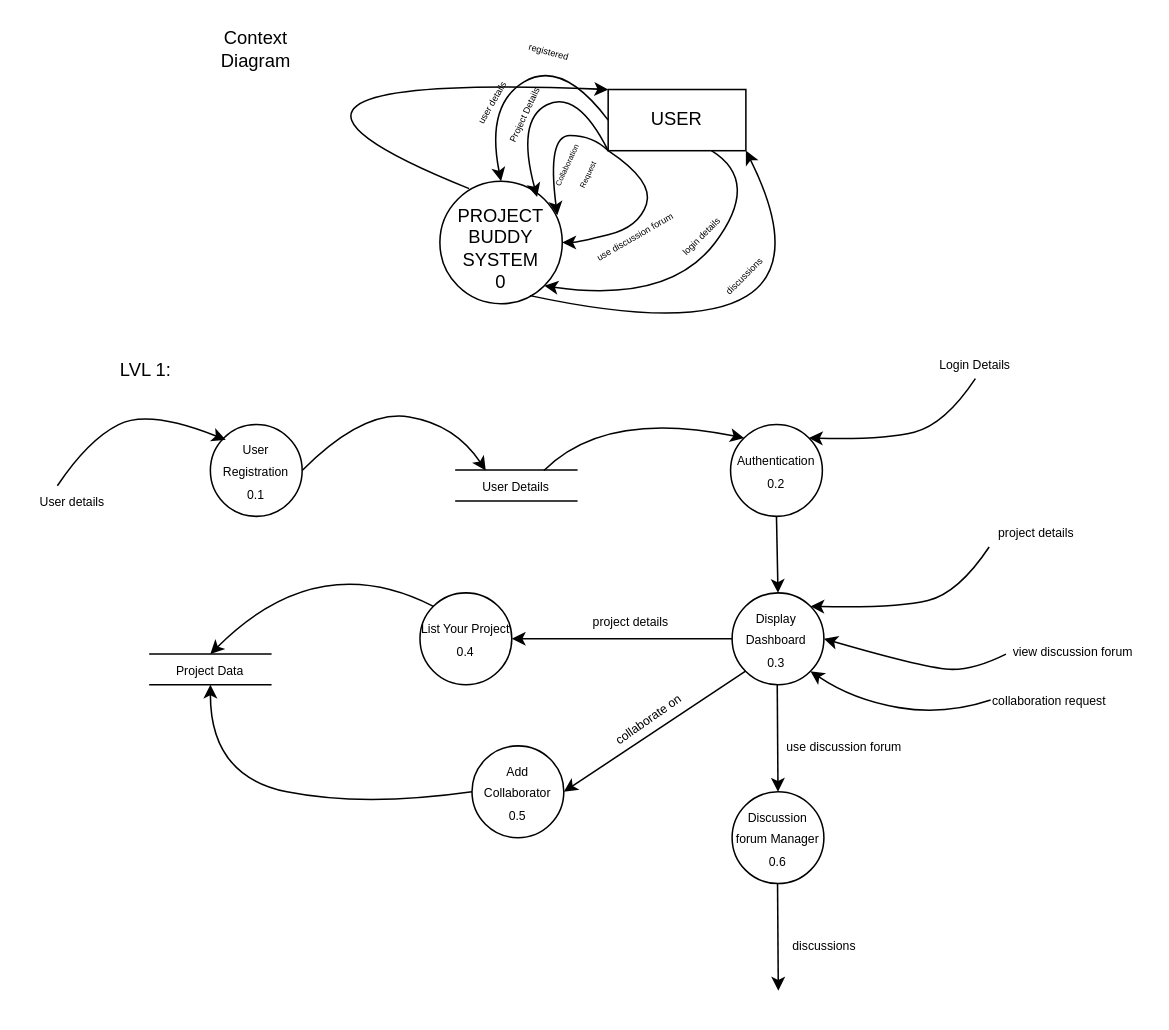
Before: Untitled Diagram.drawio in Samrat1507/ProjectBuddy, a draw.io diagram. Source tidied: cells renumbered, new cells numbered last; positions are measured from the earlier drawing's top-left corner, leaving out a move shared by most shapes. Both pictures are drawn from the tidied source at 153%, with x=0, y=0 at pixel (26, 26).
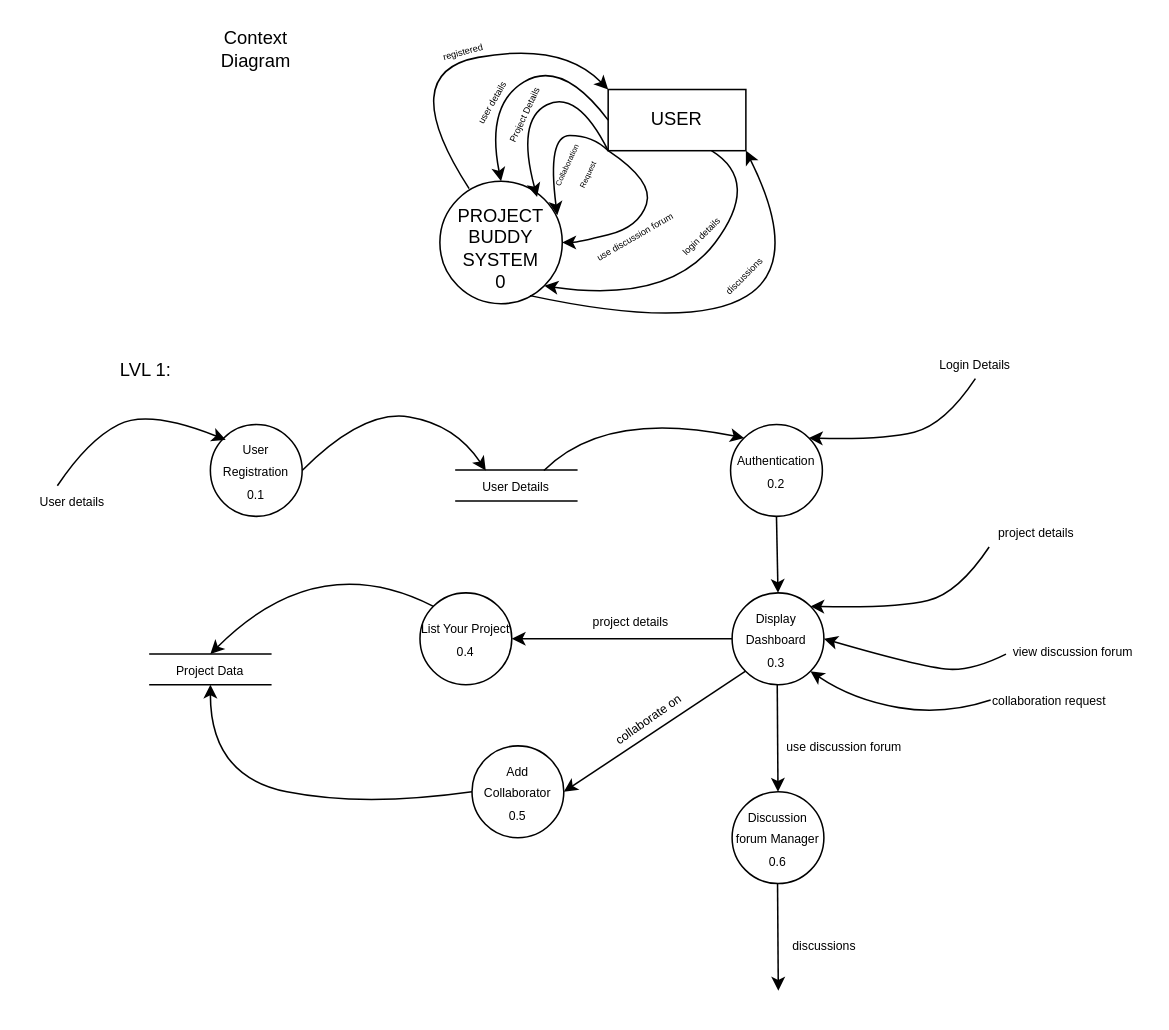
The same diagram, later.

The change refers to these unchanged cells:
```xml
<mxCell id="2" style="ellipse;whiteSpace=wrap;html=1;" parent="1" vertex="1">
  <mxGeometry x="270" y="101" width="80" height="80" as="geometry" />
</mxCell>
<mxCell id="3" style="rounded=0;whiteSpace=wrap;html=1;" parent="1" vertex="1">
  <mxGeometry x="380" y="41" width="90" height="40" as="geometry" />
</mxCell>
```

Change to the diagram source:
```diff
@@
     <mxCell id="4" style="curved=1;endArrow=classic;html=1;rounded=0;exitX=0.239;exitY=0.06;exitDx=0;exitDy=0;exitPerimeter=0;entryX=0;entryY=0;entryDx=0;entryDy=0;" parent="1" edge="1" source="2" target="3">
       <mxGeometry relative="1" as="geometry">
         <Array as="points">
-          <mxPoint x="100" y="30" />
+          <mxPoint x="240" y="30" />
+          <mxPoint x="350" y="10" />
         </Array>
       </mxGeometry>
     </mxCell>
@@
-    <mxCell id="13" value="&lt;font style=&quot;font-size: 6px;&quot;&gt;registered&lt;/font&gt;" style="text;html=1;strokeColor=none;fillColor=none;align=center;verticalAlign=middle;whiteSpace=wrap;rounded=0;rotation=15;" parent="1" vertex="1">
-      <mxGeometry x="317" y="10" width="50" height="10" as="geometry" />
+    <mxCell id="13" value="&lt;font style=&quot;font-size: 6px;&quot;&gt;registered&lt;/font&gt;" style="text;html=1;strokeColor=none;fillColor=none;align=center;verticalAlign=middle;whiteSpace=wrap;rounded=0;rotation=-15;" parent="1" vertex="1">
+      <mxGeometry x="260" y="10" width="50" height="10" as="geometry" />
     </mxCell>
```
